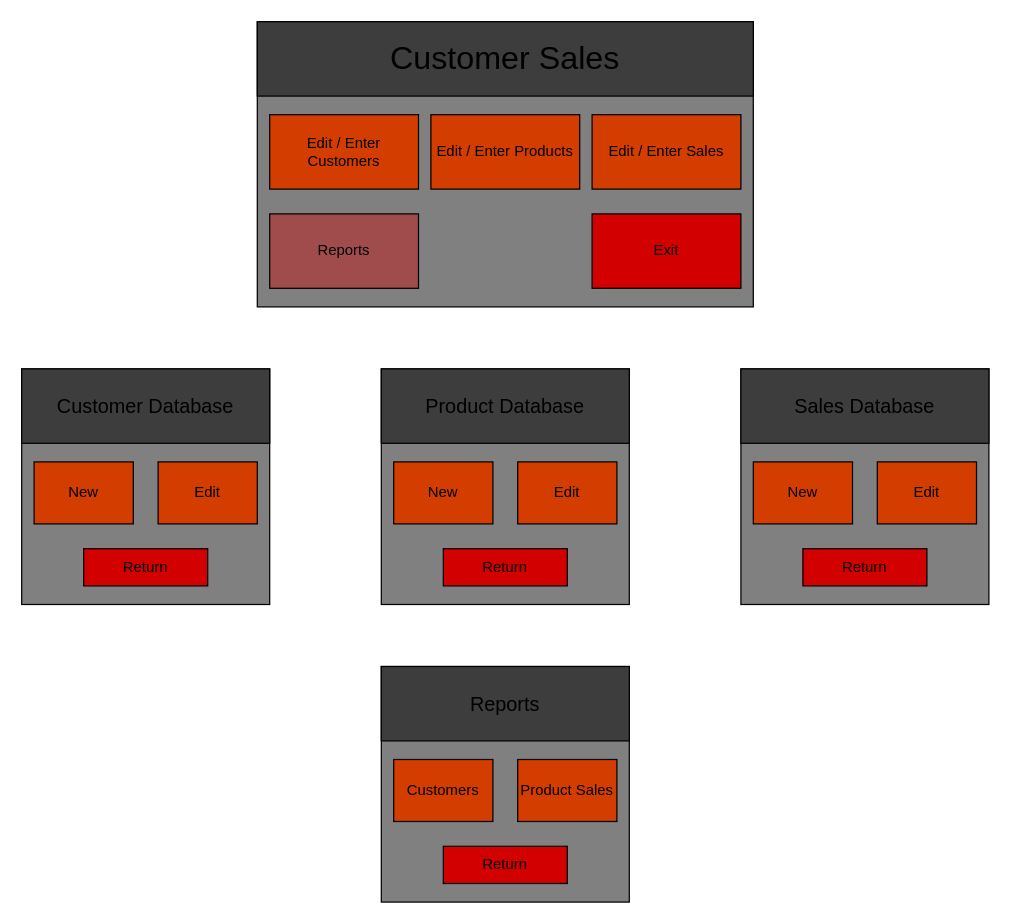
Earlier version of the draw.io diagram mockup.drawio (desecaw13/AR). Source tidied: cells renumbered, new cells numbered last; positions are measured from the earlier drawing's top-left corner, leaving out a move shared by most shapes. Both pictures are drawn from the tidied source at 124%, with x=0, y=0 at pixel (21, 21).
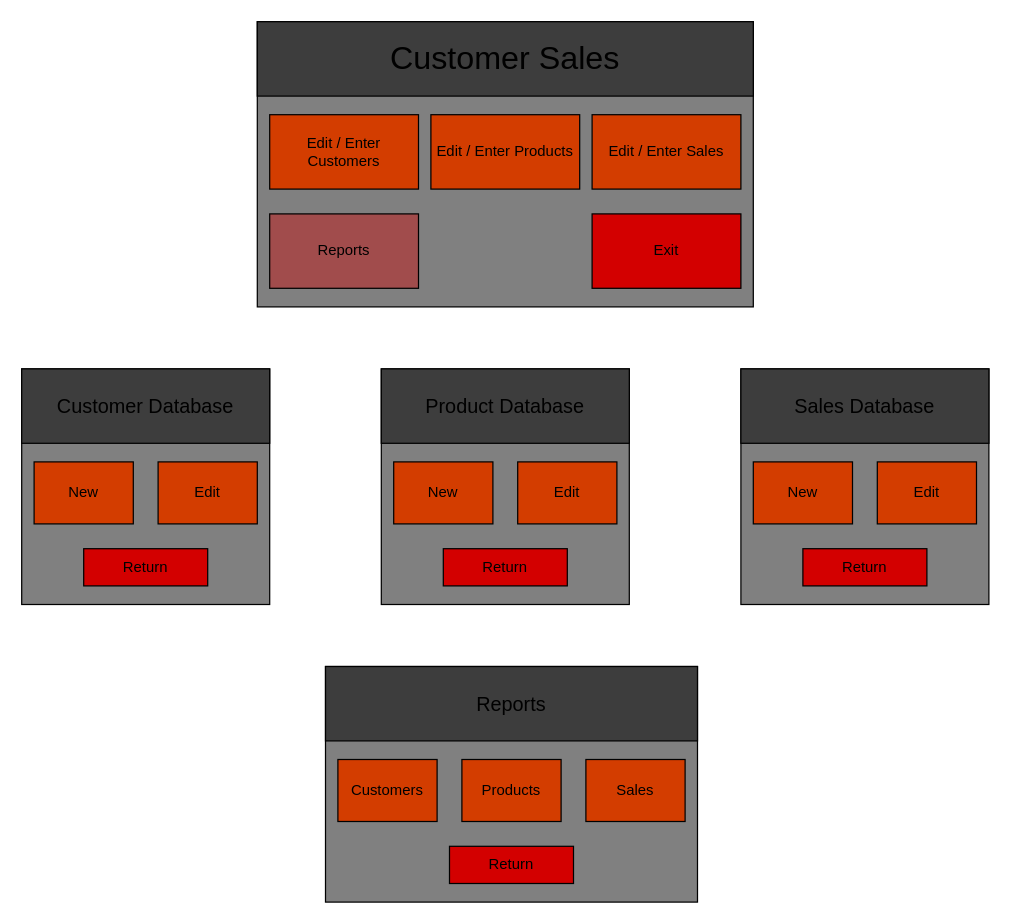
The same page after the edit.

Change to the diagram source:
```diff
@@
     <mxCell id="24" style="rounded=0;whiteSpace=wrap;html=1;fillColor=#808080;" parent="1" vertex="1">
-      <mxGeometry x="290" y="520" width="200" height="190" as="geometry" />
+      <mxGeometry x="245" y="520" width="300" height="190" as="geometry" />
     </mxCell>
     <mxCell id="25" value="&lt;font style=&quot;font-size: 16px&quot;&gt;Reports&lt;/font&gt;" style="rounded=0;whiteSpace=wrap;html=1;fillColor=#3D3D3D;" parent="1" vertex="1">
-      <mxGeometry x="290" y="520" width="200" height="60" as="geometry" />
+      <mxGeometry x="245" y="520" width="300" height="60" as="geometry" />
     </mxCell>
     <mxCell id="26" value="Customers" style="rounded=0;whiteSpace=wrap;html=1;fillColor=#d33d00;" parent="1" vertex="1">
-      <mxGeometry x="300" y="595" width="80" height="50" as="geometry" />
+      <mxGeometry x="255" y="595" width="80" height="50" as="geometry" />
     </mxCell>
-    <mxCell id="27" value="Product Sales" style="rounded=0;whiteSpace=wrap;html=1;fillColor=#d33d00;" parent="1" vertex="1">
-      <mxGeometry x="400" y="595" width="80" height="50" as="geometry" />
+    <mxCell id="27" value="Products" style="rounded=0;whiteSpace=wrap;html=1;fillColor=#d33d00;" parent="1" vertex="1">
+      <mxGeometry x="355" y="595" width="80" height="50" as="geometry" />
     </mxCell>
     <mxCell id="28" value="Return" style="rounded=0;whiteSpace=wrap;html=1;fillColor=#d30000;" parent="1" vertex="1">
-      <mxGeometry x="340" y="665" width="100" height="30" as="geometry" />
+      <mxGeometry x="345" y="665" width="100" height="30" as="geometry" />
     </mxCell>
+    <mxCell id="29" value="Sales" style="rounded=0;whiteSpace=wrap;html=1;fillColor=#d33d00;" parent="1" vertex="1">
+      <mxGeometry x="455" y="595" width="80" height="50" as="geometry" />
+    </mxCell>
```
